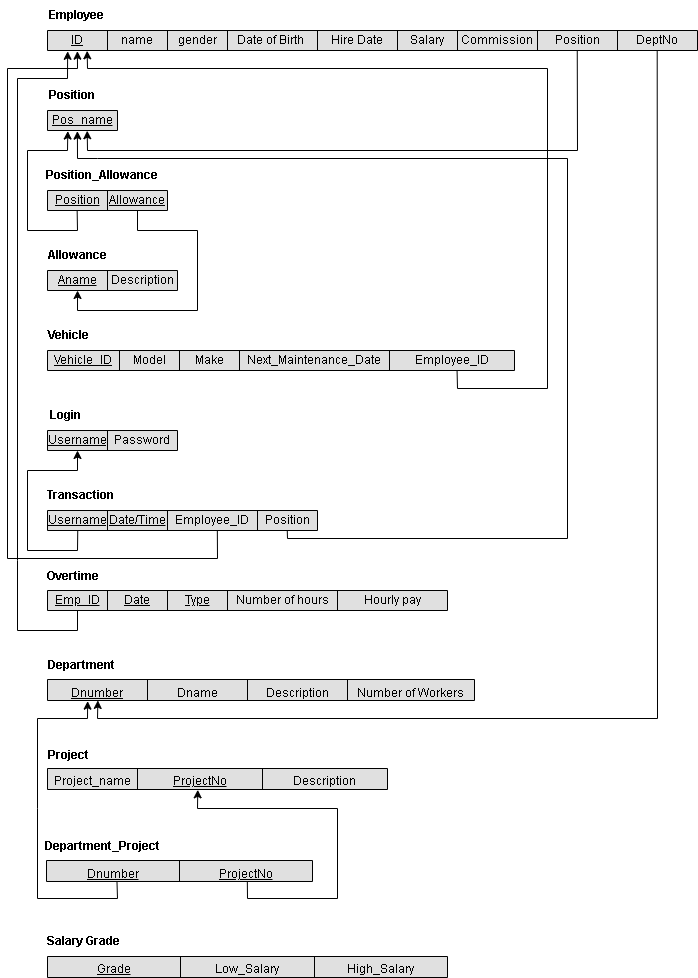
Above: Phase 1/Relational Schema.drawio.png in AhmedElkhashn/DB-project (draw.io), before the change. Source tidied: cells renumbered, new cells last; positions are measured from the earlier drawing's top-left corner, leaving out a move shared by most shapes.
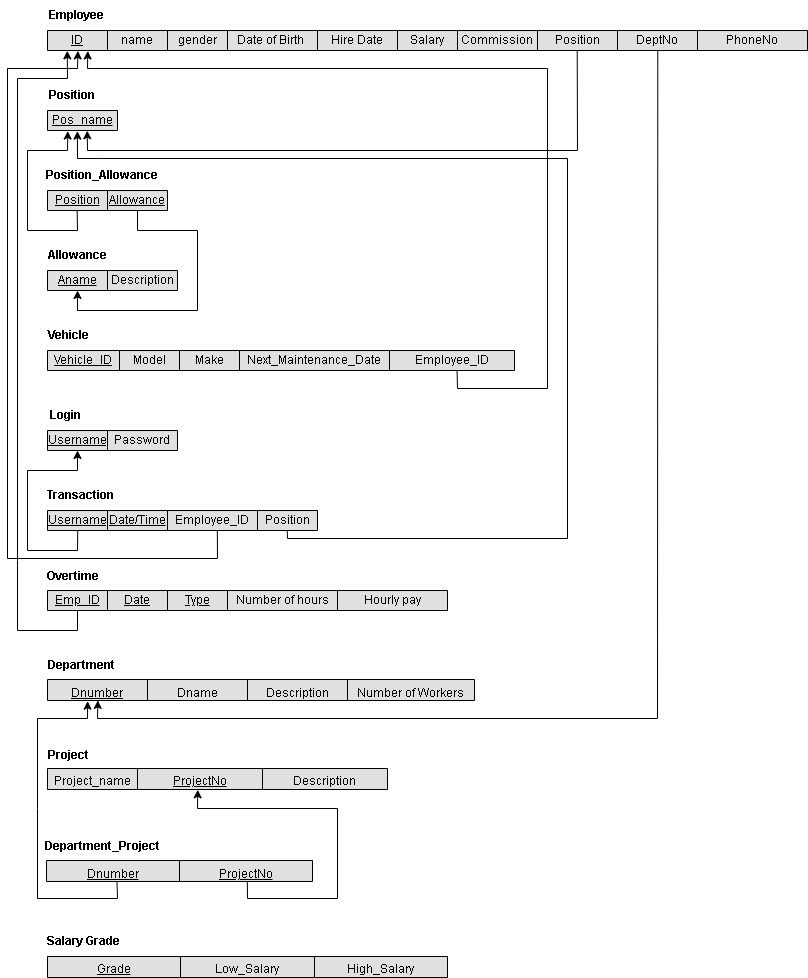
The same file after the commit.

Change to the diagram source:
```diff
@@ -3,10 +3,10 @@
     <mxCell id="0" />
     <mxCell id="1" parent="0" />
     <mxCell id="2" style="shape=table;startSize=0;fontSize=16;fillColor=#E0E0E0;fontColor=#333333;strokeColor=#000000;" parent="1" vertex="1">
-      <mxGeometry x="40" y="30" width="650" height="20" as="geometry" />
+      <mxGeometry x="40" y="30" width="760" height="20" as="geometry" />
     </mxCell>
     <mxCell id="3" style="shape=tableRow;horizontal=0;startSize=0;swimlaneHead=0;swimlaneBody=0;strokeColor=inherit;top=0;left=0;bottom=0;right=0;fillColor=none;points=[[0,0.5],[1,0.5]];portConstraint=eastwest;fontSize=16;" parent="2" vertex="1">
-      <mxGeometry width="650" height="20" as="geometry" />
+      <mxGeometry width="760" height="20" as="geometry" />
     </mxCell>
     <mxCell id="4" value="&lt;u&gt;ID&lt;/u&gt;" style="shape=partialRectangle;html=1;whiteSpace=wrap;strokeColor=inherit;overflow=hidden;fillColor=none;top=0;left=0;bottom=0;right=0;fontSize=12;" parent="3" vertex="1">
       <mxGeometry width="60" height="20" as="geometry" />
@@ -35,6 +35,9 @@
     <mxCell id="12" value="DeptNo" style="shape=partialRectangle;html=1;whiteSpace=wrap;strokeColor=inherit;overflow=hidden;fillColor=none;top=0;left=0;bottom=0;right=0;fontSize=12;" parent="3" vertex="1">
       <mxGeometry x="570" width="80" height="20" as="geometry" />
     </mxCell>
+    <mxCell id="91" value="PhoneNo" style="shape=partialRectangle;html=1;whiteSpace=wrap;strokeColor=inherit;overflow=hidden;fillColor=none;top=0;left=0;bottom=0;right=0;fontSize=12;" parent="3" vertex="1">
+      <mxGeometry x="650" width="110" height="20" as="geometry" />
+    </mxCell>
     <mxCell id="13" value="Employee" style="text;html=1;strokeColor=none;fillColor=none;align=center;verticalAlign=middle;whiteSpace=wrap;rounded=0;fontStyle=1;" parent="1" vertex="1">
       <mxGeometry x="39" width="60" height="30" as="geometry" />
     </mxCell>
@@ -163,7 +166,7 @@
     <mxCell id="52" value="Overtime" style="text;html=1;strokeColor=none;fillColor=none;align=center;verticalAlign=middle;whiteSpace=wrap;rounded=0;fontStyle=1;" parent="1" vertex="1">
       <mxGeometry x="36" y="561" width="60" height="30" as="geometry" />
     </mxCell>
-    <mxCell id="53" style="endArrow=classic;html=1;rounded=0;exitX=0.075;exitY=1.011;exitDx=0;exitDy=0;exitPerimeter=0;entryX=0.031;entryY=1.041;entryDx=0;entryDy=0;entryPerimeter=0;" parent="1" edge="1" source="46" target="3">
+    <mxCell id="53" style="endArrow=classic;html=1;rounded=0;exitX=0.075;exitY=1.011;exitDx=0;exitDy=0;exitPerimeter=0;entryX=0.026;entryY=1.018;entryDx=0;entryDy=0;entryPerimeter=0;" parent="1" edge="1" source="46" target="3">
       <mxGeometry relative="1" as="geometry">
         <Array as="points">
           <mxPoint x="70" y="630" />
@@ -196,7 +199,7 @@
         </Array>
       </mxGeometry>
     </mxCell>
-    <mxCell id="59" style="endArrow=classic;html=1;rounded=0;entryX=0.567;entryY=1.011;entryDx=0;entryDy=0;entryPerimeter=0;exitX=0.815;exitY=1;exitDx=0;exitDy=0;exitPerimeter=0;" parent="1" edge="1" source="3" target="55">
+    <mxCell id="59" style="endArrow=classic;html=1;rounded=0;entryX=0.567;entryY=1.011;entryDx=0;entryDy=0;entryPerimeter=0;exitX=0.697;exitY=1.012;exitDx=0;exitDy=0;exitPerimeter=0;" parent="1" edge="1" source="3" target="55">
       <mxGeometry relative="1" as="geometry">
         <Array as="points">
           <mxPoint x="570" y="50" />
@@ -287,7 +290,7 @@
     <mxCell id="84" value="&lt;b&gt;Department_Project&lt;/b&gt;" style="text;html=1;strokeColor=none;fillColor=none;align=center;verticalAlign=middle;whiteSpace=wrap;rounded=0;" parent="1" vertex="1">
       <mxGeometry x="65" y="831" width="60" height="30" as="geometry" />
     </mxCell>
-    <mxCell id="85" style="endArrow=classic;html=1;rounded=0;entryX=0.118;entryY=0.997;entryDx=0;entryDy=0;entryPerimeter=0;exitX=0.938;exitY=1.041;exitDx=0;exitDy=0;exitPerimeter=0;" parent="1" edge="1" source="3" target="62">
+    <mxCell id="85" style="endArrow=classic;html=1;rounded=0;entryX=0.118;entryY=0.997;entryDx=0;entryDy=0;entryPerimeter=0;exitX=0.803;exitY=0.99;exitDx=0;exitDy=0;exitPerimeter=0;" parent="1" edge="1" source="3" target="62">
       <mxGeometry relative="1" as="geometry">
         <Array as="points">
           <mxPoint x="650" y="718" />
@@ -306,7 +309,7 @@
         </Array>
       </mxGeometry>
     </mxCell>
-    <mxCell id="87" style="endArrow=classic;html=1;rounded=0;entryX=0.046;entryY=1.034;entryDx=0;entryDy=0;exitX=0.629;exitY=1.011;exitDx=0;exitDy=0;exitPerimeter=0;entryPerimeter=0;" parent="1" edge="1" source="38" target="3">
+    <mxCell id="87" style="endArrow=classic;html=1;rounded=0;entryX=0.04;entryY=1.021;entryDx=0;entryDy=0;exitX=0.629;exitY=1.011;exitDx=0;exitDy=0;exitPerimeter=0;entryPerimeter=0;" parent="1" edge="1" source="38" target="3">
       <mxGeometry relative="1" as="geometry">
         <Array as="points">
           <mxPoint x="210" y="558" />
@@ -316,7 +319,7 @@
         </Array>
       </mxGeometry>
     </mxCell>
-    <mxCell id="88" style="endArrow=classic;html=1;rounded=0;exitX=0.877;exitY=1.006;exitDx=0;exitDy=0;exitPerimeter=0;entryX=0.061;entryY=1.015;entryDx=0;entryDy=0;entryPerimeter=0;" parent="1" edge="1" source="25" target="3">
+    <mxCell id="88" style="endArrow=classic;html=1;rounded=0;exitX=0.877;exitY=1.006;exitDx=0;exitDy=0;exitPerimeter=0;entryX=0.053;entryY=1.025;entryDx=0;entryDy=0;entryPerimeter=0;" parent="1" edge="1" source="25" target="3">
       <mxGeometry relative="1" as="geometry">
         <Array as="points">
           <mxPoint x="450" y="388" />
```
